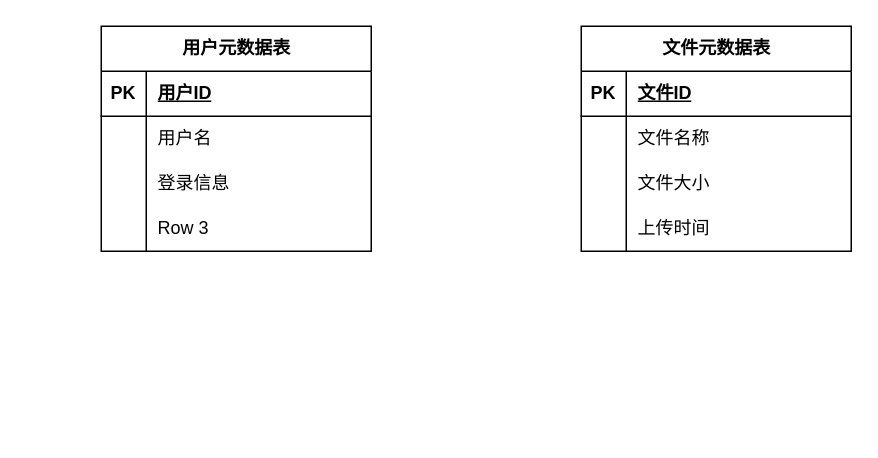
zhiquanchi/wangpan keeps this draw.io diagram as 未命名绘图.drawio. Above is the earlier version. Source tidied: cells renumbered, new cells numbered last; positions are measured from the earlier drawing's top-left corner, leaving out a move shared by most shapes. Both pictures are drawn from the tidied source at 150%, with x=0, y=0 at pixel (100, 26).
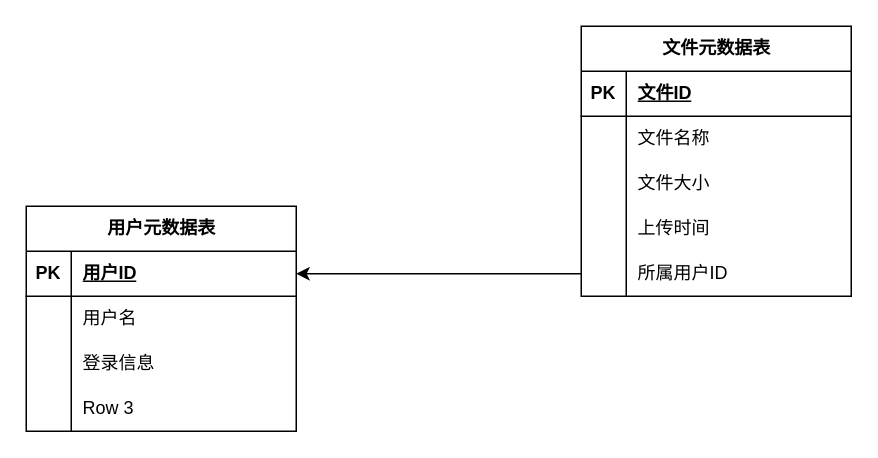
The same diagram, later.

Commit message:
更新未命名绘图.drawio

Unchanged cells that the change refers to:
```xml
<mxCell id="3" style="shape=tableRow;horizontal=0;startSize=0;swimlaneHead=0;swimlaneBody=0;fillColor=none;points=[[0,0.5],[1,0.5]];portConstraint=eastwest;top=0;left=0;right=0;bottom=1;" parent="2" vertex="1">
  <mxGeometry y="30" width="180" height="30" as="geometry" />
</mxCell>
```

The edit, as a diff of the source:
```diff
@@
     <mxCell id="2" value="用户元数据表" style="shape=table;startSize=30;childLayout=tableLayout;rowLines=0;fontStyle=1;align=center;html=1;" parent="1" vertex="1">
-      <mxGeometry width="180" height="150" as="geometry" />
+      <mxGeometry x="-50" y="120" width="180" height="150" as="geometry" />
     </mxCell>
@@
     <mxCell id="15" value="文件元数据表" style="shape=table;startSize=30;childLayout=tableLayout;rowLines=0;fontStyle=1;align=center;html=1;" parent="1" vertex="1">
-      <mxGeometry x="320" width="180" height="150" as="geometry" />
+      <mxGeometry x="320" width="180" height="180" as="geometry" />
     </mxCell>
@@
+    <mxCell id="28" style="shape=tableRow;horizontal=0;startSize=0;swimlaneHead=0;swimlaneBody=0;fillColor=none;points=[[0,0.5],[1,0.5]];portConstraint=eastwest;top=0;left=0;right=0;bottom=0;" parent="15" vertex="1">
+      <mxGeometry y="150" width="180" height="30" as="geometry" />
+    </mxCell>
+    <mxCell id="29" style="shape=partialRectangle;fillColor=none;top=0;left=0;bottom=0;right=0;overflow=hidden;whiteSpace=wrap;html=1;" parent="28" vertex="1">
+      <mxGeometry width="30" height="30" as="geometry" />
+    </mxCell>
+    <mxCell id="30" value="所属用户ID" style="shape=partialRectangle;fillColor=none;top=0;left=0;bottom=0;right=0;align=left;spacingLeft=6;overflow=hidden;whiteSpace=wrap;html=1;" parent="28" vertex="1">
+      <mxGeometry x="30" width="150" height="30" as="geometry" />
+    </mxCell>
+    <mxCell id="31" style="edgeStyle=orthogonalEdgeStyle;rounded=0;jettySize=auto;html=1;" parent="1" edge="1" source="28" target="3">
+      <mxGeometry relative="1" as="geometry" />
+    </mxCell>
```
